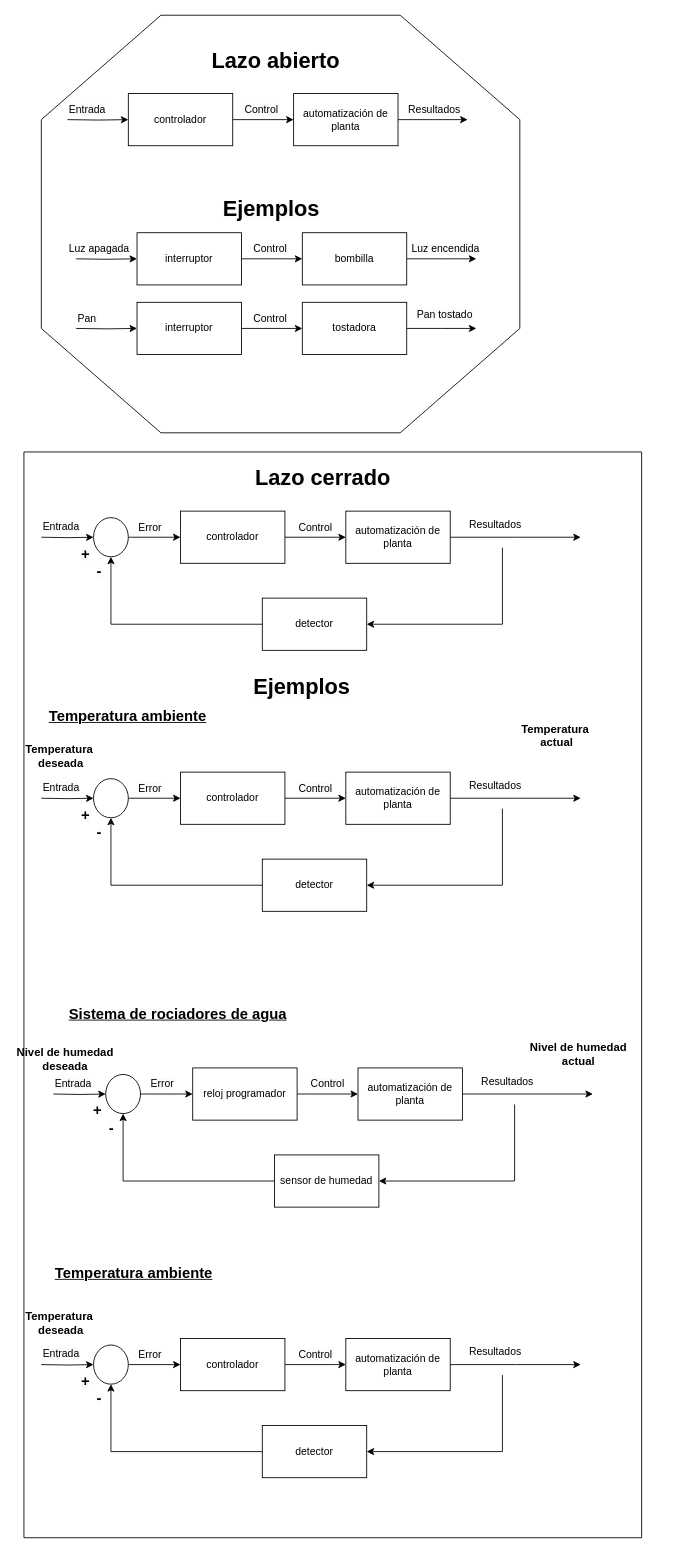
Earlier version of the draw.io diagram Diagrama sin título.drawio (danielmarin220806/practica-diplomado-IOT). Source tidied: cells renumbered, new cells numbered last; positions are measured from the earlier drawing's top-left corner, leaving out a move shared by most shapes. Both pictures are drawn from the tidied source at 87%, with x=0, y=0 at pixel (15, 15).
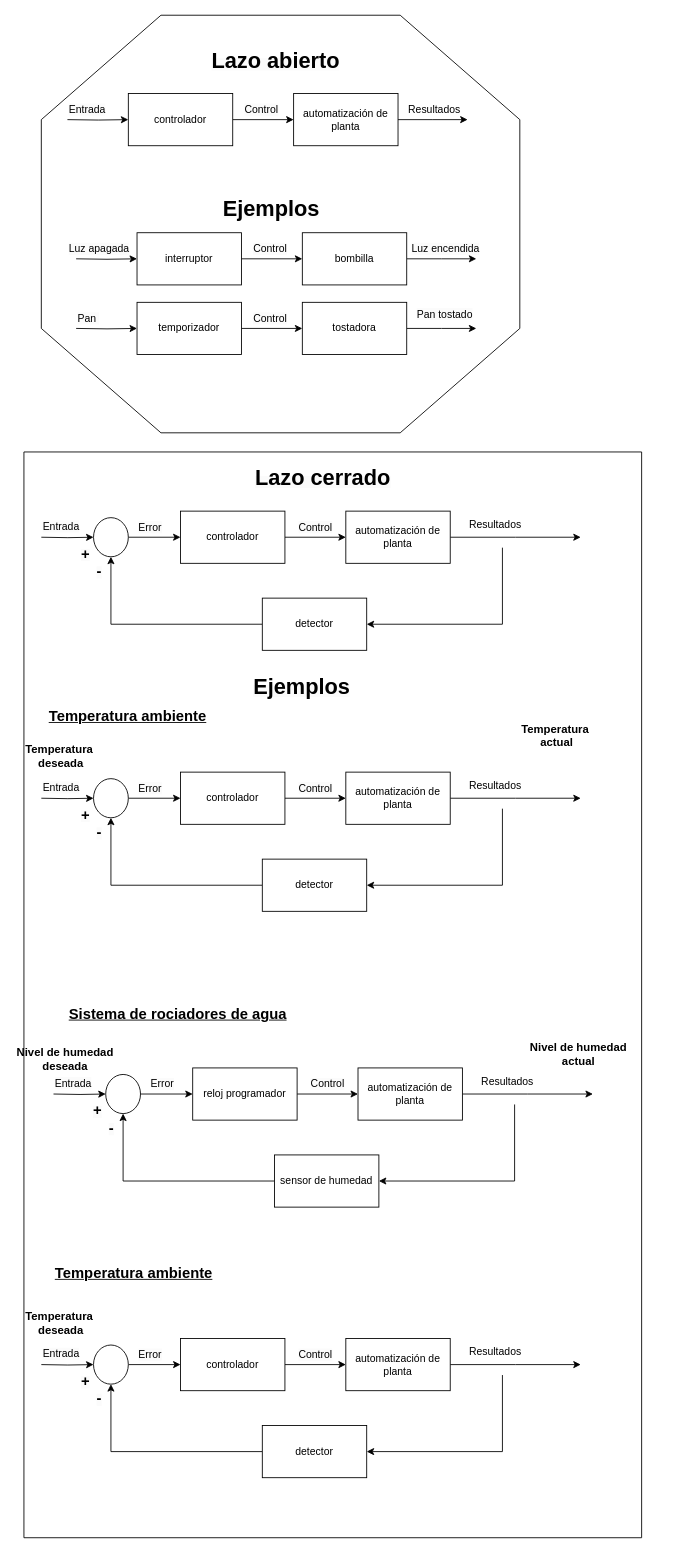
After the change.

What changed in the source:
```diff
@@
-    <mxCell id="21" value="interruptor" style="rounded=0;whiteSpace=wrap;html=1;" parent="1" vertex="1">
+    <mxCell id="21" value="temporizador" style="rounded=0;whiteSpace=wrap;html=1;" parent="1" vertex="1">
       <mxGeometry x="140" y="330" width="120" height="60" as="geometry" />
     </mxCell>
```
